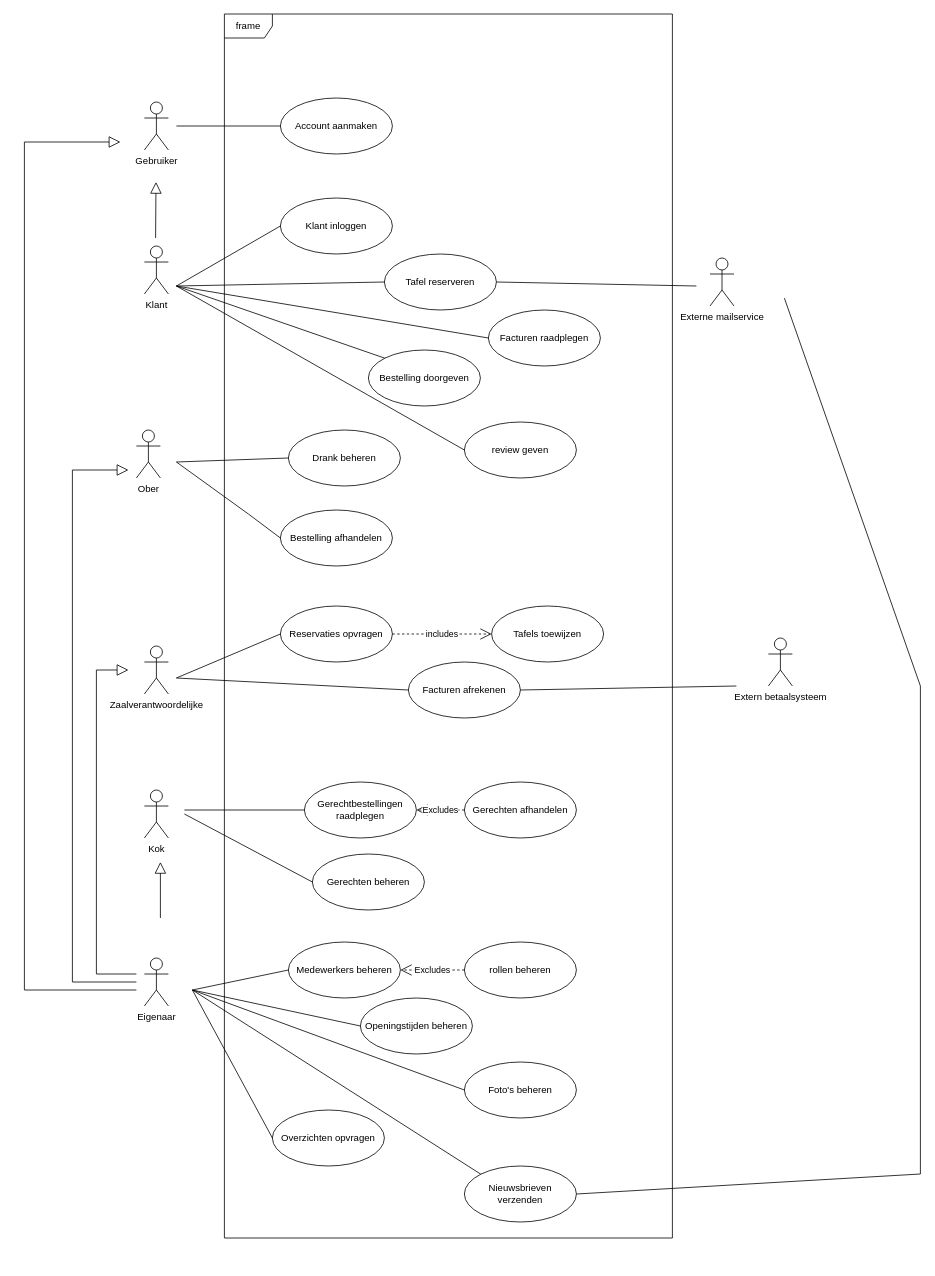
The draw.io diagram uml-schema-jens.drawio in jensvp/uml, before the edit. Source tidied: cells renumbered, new cells numbered last; positions are measured from the earlier drawing's top-left corner, leaving out a move shared by most shapes. Both pictures are drawn from the tidied source at 80%, with x=0, y=0 at pixel (24, 14).
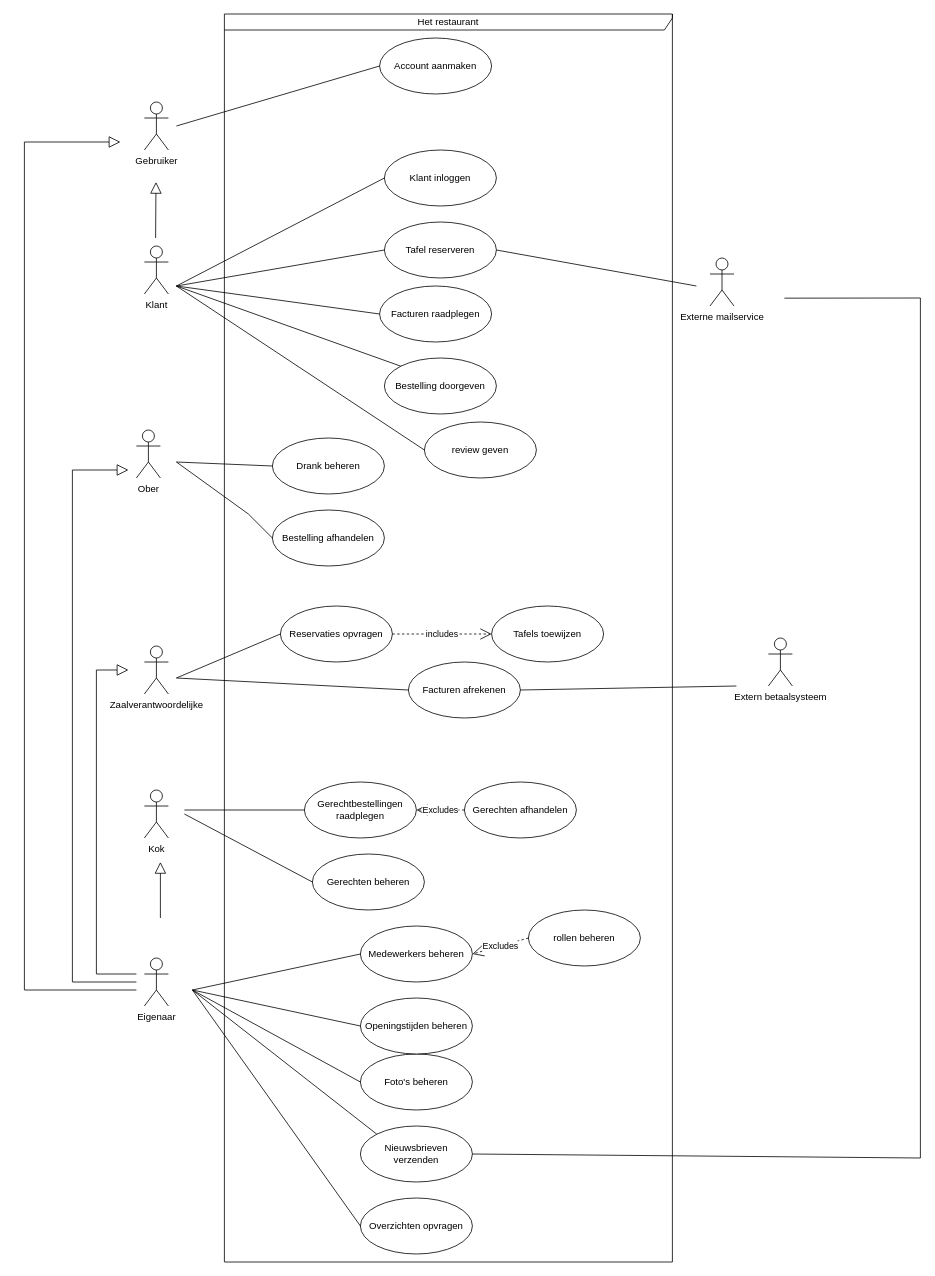
The same page after the edit.

Commit message (it also covers changes not shown here):
erd en usecase diagram toegevoegd

Diff of the diagram source:
```diff
@@
-    <mxCell id="7" value="frame" style="shape=umlFrame;whiteSpace=wrap;html=1;" parent="1" vertex="1">
-      <mxGeometry x="250" width="560" height="1530" as="geometry" />
+    <mxCell id="7" value="Het restaurant" style="shape=umlFrame;whiteSpace=wrap;html=1;width=560;height=20;" parent="1" vertex="1">
+      <mxGeometry x="250" width="560" height="1560" as="geometry" />
     </mxCell>
     <mxCell id="8" value="Klant inloggen" style="ellipse;whiteSpace=wrap;html=1;" parent="1" vertex="1">
-      <mxGeometry x="320" y="230" width="140" height="70" as="geometry" />
+      <mxGeometry x="450" y="170" width="140" height="70" as="geometry" />
     </mxCell>
@@
     <mxCell id="10" value="Tafel reserveren" style="ellipse;whiteSpace=wrap;html=1;" parent="1" vertex="1">
-      <mxGeometry x="450" y="300" width="140" height="70" as="geometry" />
+      <mxGeometry x="450" y="260" width="140" height="70" as="geometry" />
     </mxCell>
@@
     <mxCell id="12" value="Bestelling doorgeven" style="ellipse;whiteSpace=wrap;html=1;" parent="1" vertex="1">
-      <mxGeometry x="430" y="420" width="140" height="70" as="geometry" />
+      <mxGeometry x="450" y="430" width="140" height="70" as="geometry" />
     </mxCell>
@@
     <mxCell id="16" value="Facturen raadplegen" style="ellipse;whiteSpace=wrap;html=1;" parent="1" vertex="1">
-      <mxGeometry x="580" y="370" width="140" height="70" as="geometry" />
+      <mxGeometry x="444" y="340" width="140" height="70" as="geometry" />
     </mxCell>
     <mxCell id="17" value="review geven" style="ellipse;whiteSpace=wrap;html=1;" parent="1" vertex="1">
-      <mxGeometry x="550" y="510" width="140" height="70" as="geometry" />
+      <mxGeometry x="500" y="510" width="140" height="70" as="geometry" />
     </mxCell>
     <mxCell id="18" value="Bestelling afhandelen" style="ellipse;whiteSpace=wrap;html=1;" parent="1" vertex="1">
-      <mxGeometry x="320" y="620" width="140" height="70" as="geometry" />
+      <mxGeometry x="310" y="620" width="140" height="70" as="geometry" />
     </mxCell>
     <mxCell id="19" value="Drank beheren" style="ellipse;whiteSpace=wrap;html=1;" parent="1" vertex="1">
-      <mxGeometry x="330" y="520" width="140" height="70" as="geometry" />
+      <mxGeometry x="310" y="530" width="140" height="70" as="geometry" />
     </mxCell>
@@
     <mxCell id="34" value="Medewerkers beheren" style="ellipse;whiteSpace=wrap;html=1;" parent="1" vertex="1">
-      <mxGeometry x="330" y="1160" width="140" height="70" as="geometry" />
+      <mxGeometry x="420" y="1140" width="140" height="70" as="geometry" />
     </mxCell>
     <mxCell id="35" value="rollen beheren" style="ellipse;whiteSpace=wrap;html=1;" parent="1" vertex="1">
-      <mxGeometry x="550" y="1160" width="140" height="70" as="geometry" />
+      <mxGeometry x="630" y="1120" width="140" height="70" as="geometry" />
     </mxCell>
@@
     <mxCell id="37" value="Overzichten opvragen" style="ellipse;whiteSpace=wrap;html=1;" parent="1" vertex="1">
-      <mxGeometry x="310" y="1370" width="140" height="70" as="geometry" />
+      <mxGeometry x="420" y="1480" width="140" height="70" as="geometry" />
     </mxCell>
     <mxCell id="38" value="Nieuwsbrieven verzenden" style="ellipse;whiteSpace=wrap;html=1;" parent="1" vertex="1">
-      <mxGeometry x="550" y="1440" width="140" height="70" as="geometry" />
+      <mxGeometry x="420" y="1390" width="140" height="70" as="geometry" />
     </mxCell>
     <mxCell id="39" value="Foto's beheren" style="ellipse;whiteSpace=wrap;html=1;" parent="1" vertex="1">
-      <mxGeometry x="550" y="1310" width="140" height="70" as="geometry" />
+      <mxGeometry x="420" y="1300" width="140" height="70" as="geometry" />
     </mxCell>
@@
     <mxCell id="45" style="endArrow=none;html=1;rounded=0;entryX=1;entryY=0.5;entryDx=0;entryDy=0;" parent="1" edge="1" target="38">
       <mxGeometry relative="1" as="geometry">
         <mxPoint x="950" y="355.2" as="sourcePoint" />
         <Array as="points">
-          <mxPoint x="1120" y="840" />
-          <mxPoint x="1120" y="1450" />
+          <mxPoint x="1120" y="355" />
+          <mxPoint x="1120" y="1430" />
         </Array>
       </mxGeometry>
     </mxCell>
@@
     <mxCell id="53" value="Account aanmaken" style="ellipse;whiteSpace=wrap;html=1;" parent="1" vertex="1">
-      <mxGeometry x="320" y="105" width="140" height="70" as="geometry" />
+      <mxGeometry x="444" y="30" width="140" height="70" as="geometry" />
     </mxCell>
```
